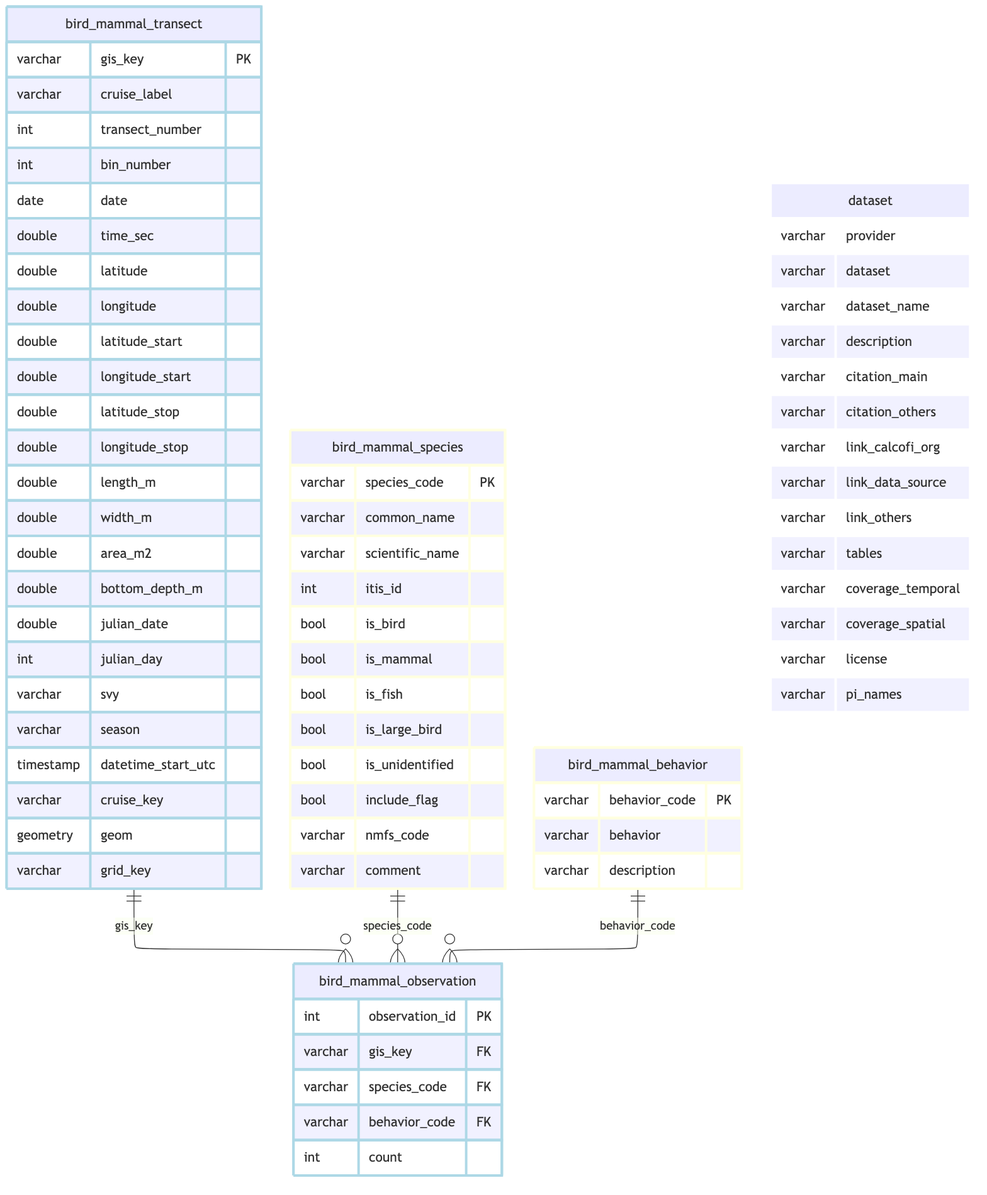
Above: _output/ingest_farallon_bird-mammal_files/figure-html/meta-schema-1.png in CalCOFI/workflows (Mermaid), before the change. Its source is kept beside it as _output/ingest_farallon_bird-mammal_files/figure-html/meta-schema-1.mmd.
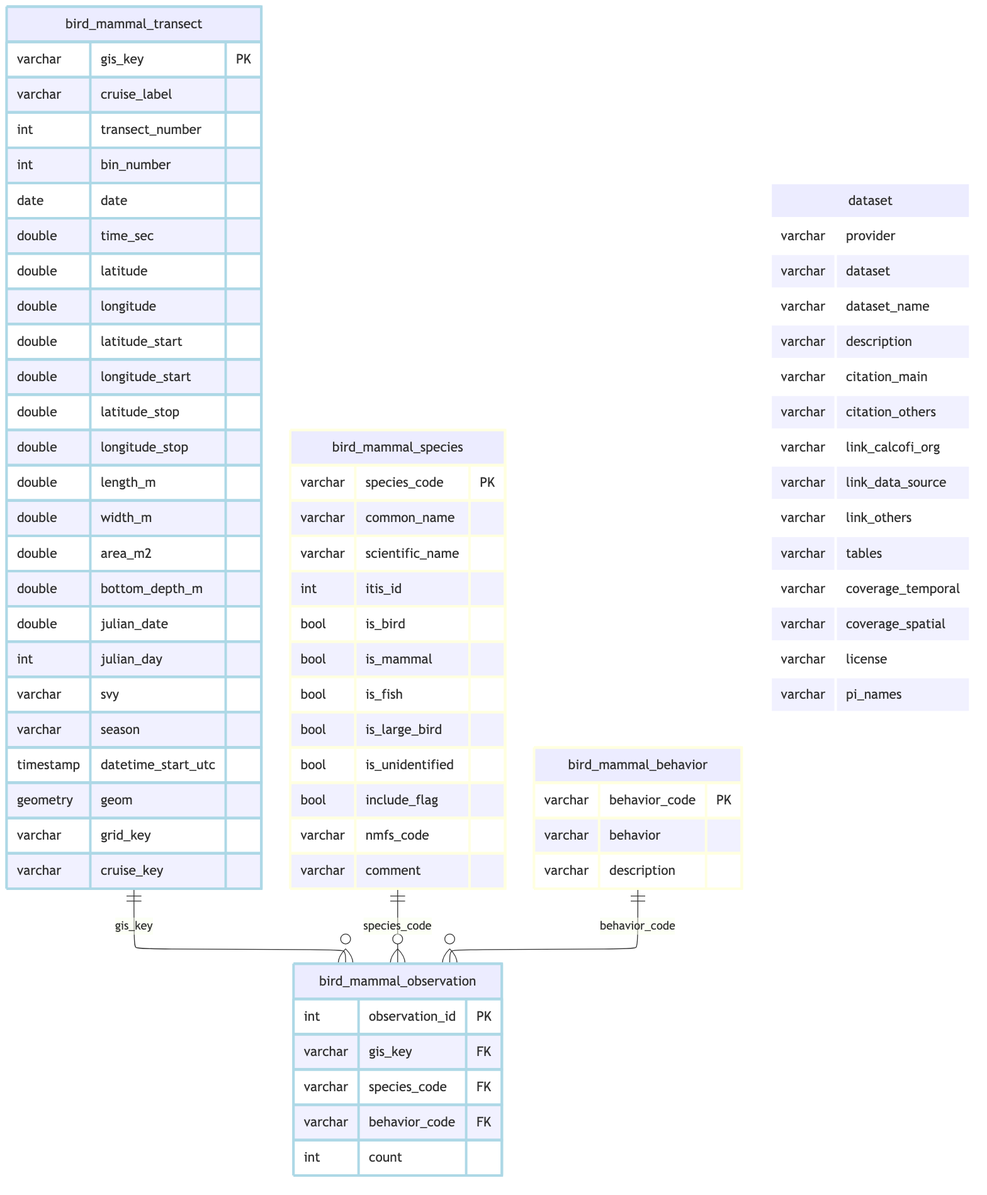
Later version of the same file.

What changed in the source:
```diff
@@ -25,9 +25,9 @@
         varchar svy
         varchar season
         timestamp datetime_start_utc
-        varchar cruise_key
         geometry geom
         varchar grid_key
+        varchar cruise_key
     }
     bird_mammal_observation {
         int observation_id PK
```
